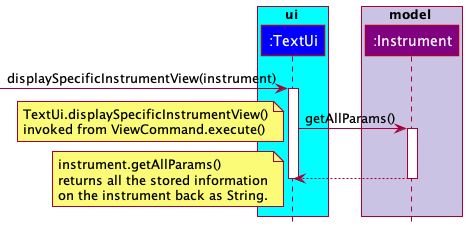
williamlamjy/mTracker keeps this PlantUML diagram as docs/images/TextUiDisplayInstrumentAllParams.png. Above is the earlier version. The source it was exported from:
```plantuml
@startuml
!include Styles.puml

box ui COLOR_LIGHT_BLUE
participant ":TextUi" as TextUi COLOR_UI
end box

box model COLOR_MODEL_SEGMENT
participant ":Instrument" as Instrument COLOR_MODEL
end box

[-> TextUi : displaySpecificInstrumentView(instrument)
activate TextUi

TextUi -> Instrument : getAllParams()
activate Instrument

note left
TextUi.displaySpecificInstrumentView()
invoked from ViewCommand.execute()
end note

Instrument --> TextUi
deactivate Instrument

deactivate TextUi

note left
instrument.getAllParams()
returns all the stored information
on the instrument back as String.
end note

deactivate TextUi

@enduml
```
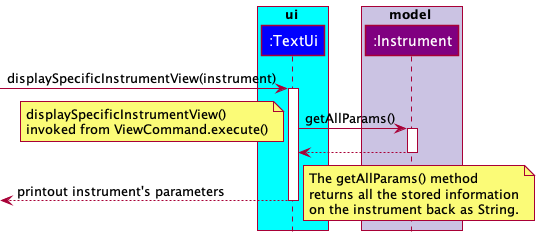
Above is the later version.

What changed in the source:
```diff
@@ -16,21 +16,21 @@
 activate Instrument
 
 note left
-TextUi.displaySpecificInstrumentView()
+displaySpecificInstrumentView()
 invoked from ViewCommand.execute()
 end note
 
 Instrument --> TextUi
 deactivate Instrument
 
+TextUi -->[ : printout instrument's parameters
+
 deactivate TextUi
 
 note left
-instrument.getAllParams()
+The getAllParams() method
 returns all the stored information
 on the instrument back as String.
 end note
 
-deactivate TextUi
-
 @enduml
```
